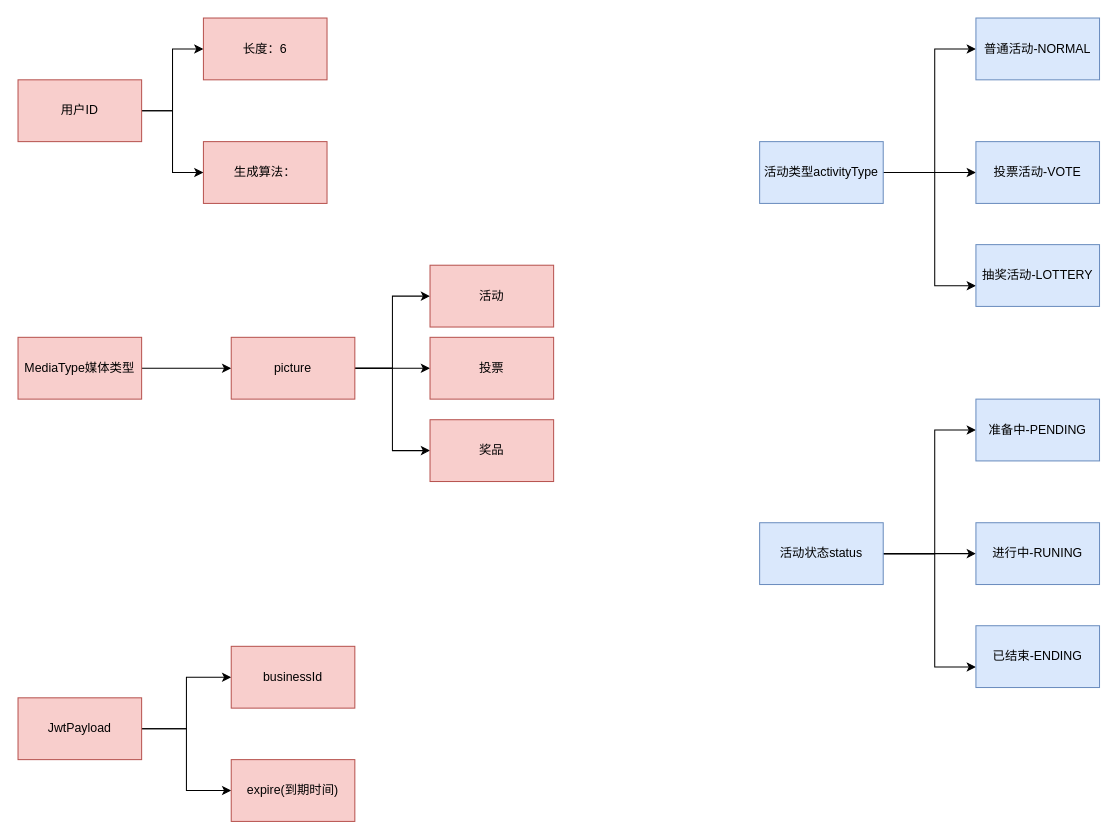
Above: page "常量设计" (5 of 12) of Lottery.drawio in onlyactwo/DrawIO (draw.io), before the change. Source tidied: cells renumbered, new cells numbered last; positions are measured from the earlier drawing's top-left corner, leaving out a move shared by most shapes. Both pictures are drawn from the tidied source at 103%, with x=0, y=0 at pixel (18, 18).
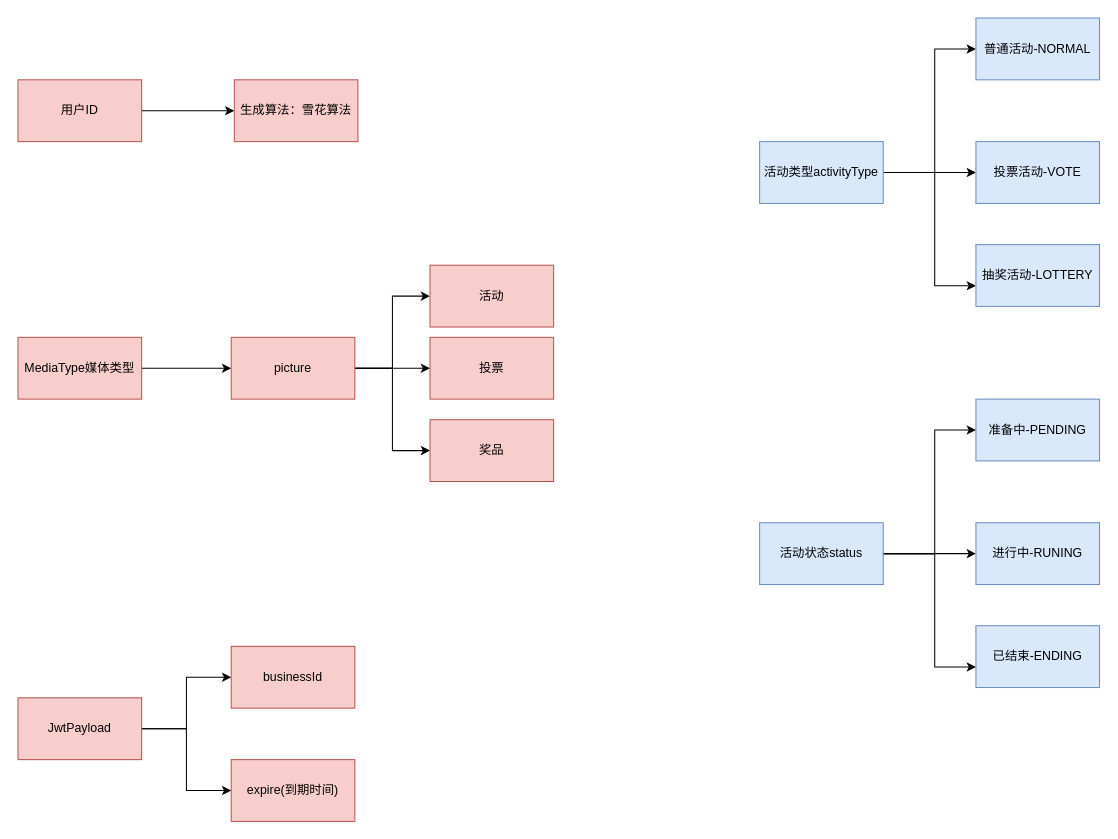
The same diagram, later.

Unchanged cells that the change refers to:
```xml
<mxCell id="18" value="用户ID" style="rounded=0;whiteSpace=wrap;html=1;fillColor=#f8cecc;strokeColor=#b85450;" parent="1" vertex="1">
  <mxGeometry y="60" width="120" height="60" as="geometry" />
</mxCell>
```

Change to the diagram source:
```diff
@@
-    <mxCell id="16" style="edgeStyle=orthogonalEdgeStyle;rounded=0;jettySize=auto;html=1;" parent="1" edge="1" source="18" target="19">
-      <mxGeometry relative="1" as="geometry" />
-    </mxCell>
@@
-    <mxCell id="19" value="长度：6" style="whiteSpace=wrap;html=1;fillColor=#f8cecc;strokeColor=#b85450;rounded=0;" parent="1" vertex="1">
-      <mxGeometry x="180" width="120" height="60" as="geometry" />
-    </mxCell>
-    <mxCell id="20" value="生成算法：" style="whiteSpace=wrap;html=1;fillColor=#f8cecc;strokeColor=#b85450;rounded=0;" parent="1" vertex="1">
-      <mxGeometry x="180" y="120" width="120" height="60" as="geometry" />
+    <mxCell id="20" value="生成算法：雪花算法" style="whiteSpace=wrap;html=1;fillColor=#f8cecc;strokeColor=#b85450;rounded=0;" parent="1" vertex="1">
+      <mxGeometry x="210" y="60" width="120" height="60" as="geometry" />
     </mxCell>
```
